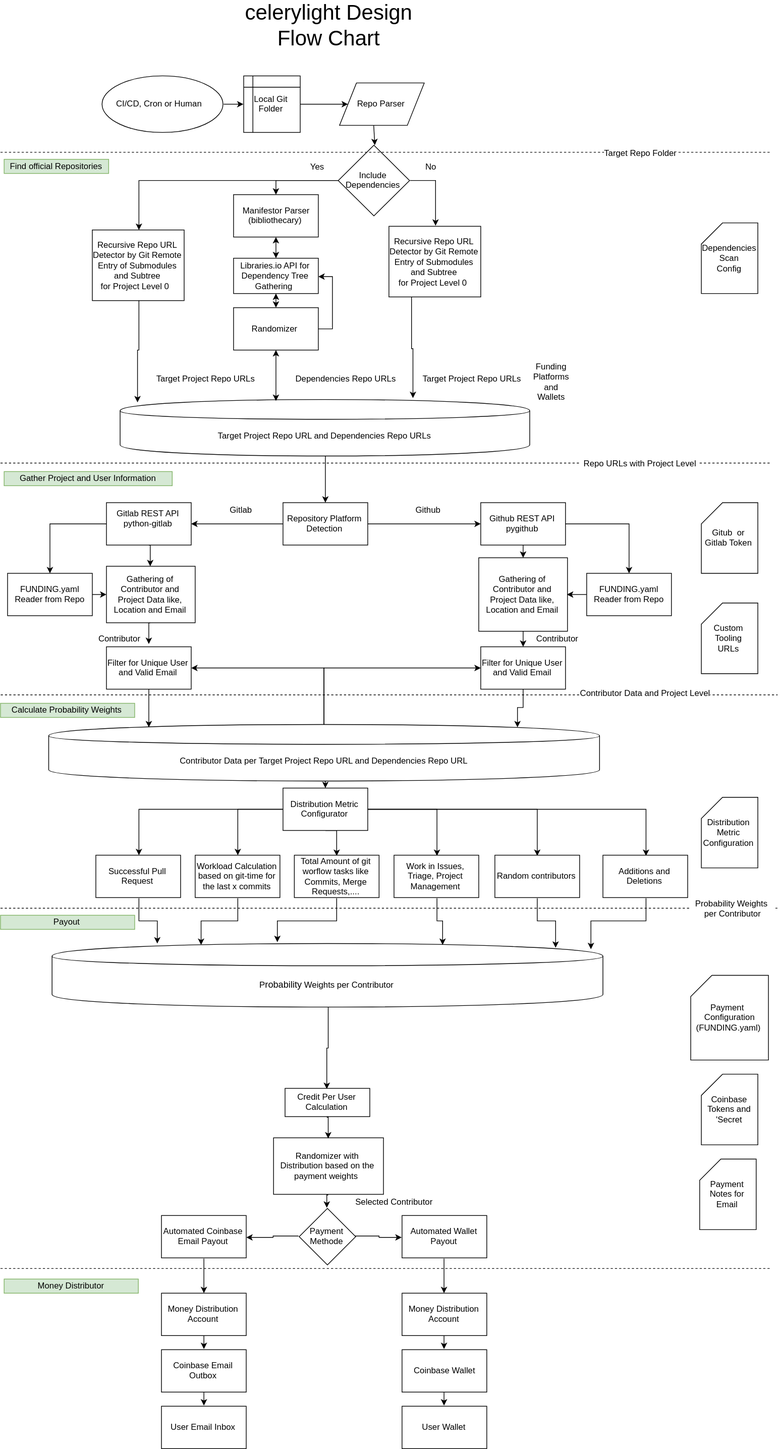
Before: docs/design/opencelery.svg, a diagram exported from draw.io (protontypes/LibreSelery). Source tidied: cells renumbered, new cells last; positions are measured from the earlier drawing's top-left corner, leaving out a move shared by most shapes.
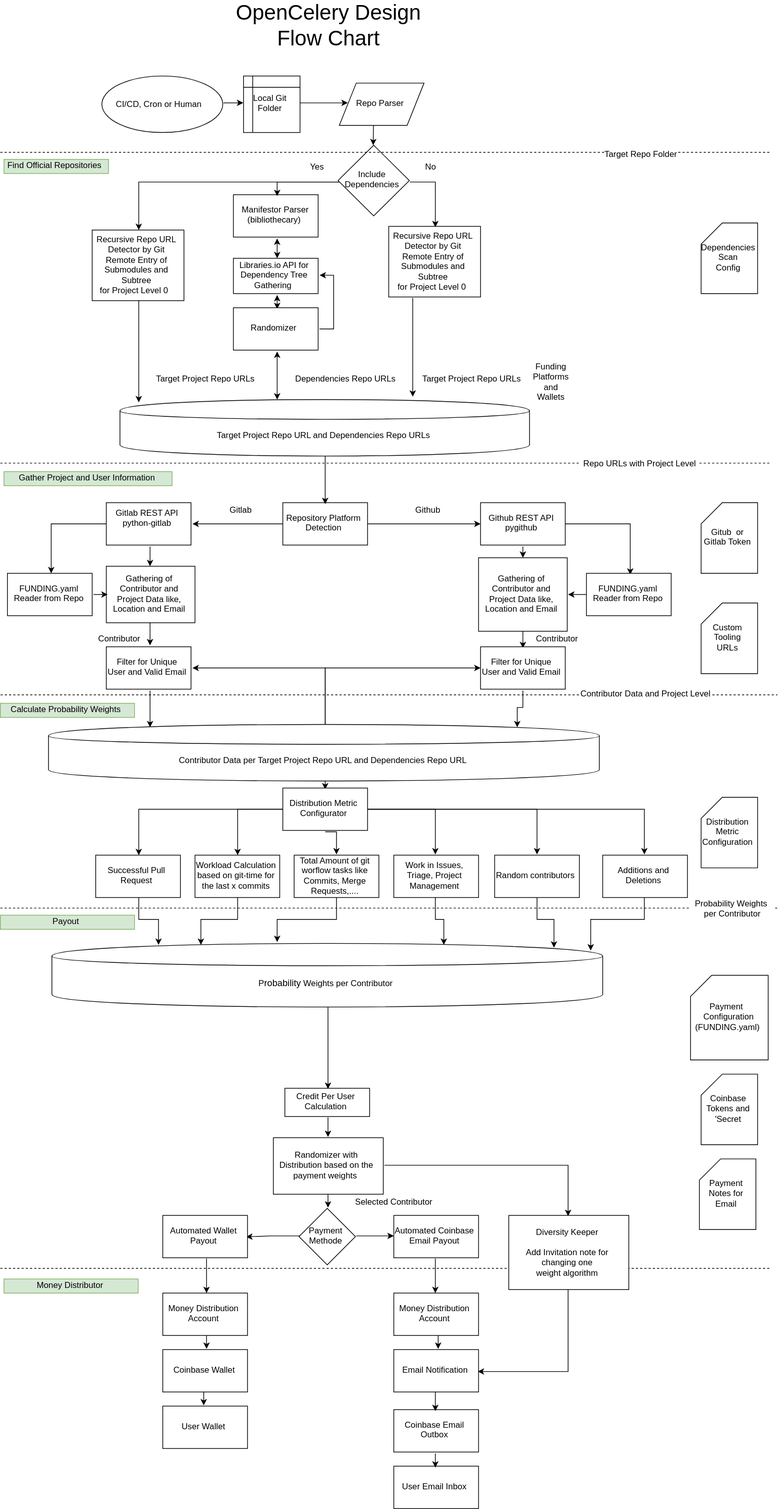
After the change.

Commit message:
changed name in design files

What changed in the source:
```diff
@@ -112,7 +112,7 @@
     <mxCell id="37" value="Payment&amp;nbsp;&lt;br&gt;&amp;nbsp;Configuration&lt;br&gt;(FUNDING.yaml)" style="shape=card;whiteSpace=wrap;html=1;" parent="1" vertex="1">
       <mxGeometry x="977.3" y="1365" width="110" height="119.9" as="geometry" />
     </mxCell>
-    <mxCell id="38" value="&lt;font style=&quot;font-size: 30px&quot;&gt;Protonlight Design&lt;br&gt;Flow Chart&lt;/font&gt;" style="text;html=1;strokeColor=none;fillColor=none;align=center;verticalAlign=middle;whiteSpace=wrap;rounded=0;direction=south;" parent="1" vertex="1">
+    <mxCell id="38" value="&lt;font style=&quot;font-size: 30px&quot;&gt;OpenCelery Design&lt;br&gt;Flow Chart&lt;/font&gt;" style="text;html=1;strokeColor=none;fillColor=none;align=center;verticalAlign=middle;whiteSpace=wrap;rounded=0;direction=south;" parent="1" vertex="1">
       <mxGeometry x="120" width="690" height="40" as="geometry" />
     </mxCell>
     <mxCell id="39" value="Payment Notes for Email" style="shape=card;whiteSpace=wrap;html=1;" parent="1" vertex="1">
@@ -121,24 +121,12 @@
     <mxCell id="40" style="edgeStyle=orthogonalEdgeStyle;rounded=0;jettySize=auto;html=1;exitX=0.5;exitY=1;exitDx=0;exitDy=0;entryX=0.5;entryY=0;entryDx=0;entryDy=0;" parent="1" edge="1" source="41" target="82">
       <mxGeometry relative="1" as="geometry" />
     </mxCell>
+    <mxCell id="128" style="edgeStyle=orthogonalEdgeStyle;rounded=0;jettySize=auto;html=1;exitX=1;exitY=0.5;exitDx=0;exitDy=0;entryX=0.5;entryY=0;entryDx=0;entryDy=0;" parent="1" edge="1" source="41" target="131">
+      <mxGeometry relative="1" as="geometry" />
+    </mxCell>
     <mxCell id="41" value="Randomizer with Distribution based on the payment weights&amp;nbsp;" style="rounded=0;whiteSpace=wrap;html=1;" parent="1" vertex="1">
       <mxGeometry x="386.6" y="1595" width="155.6" height="80" as="geometry" />
     </mxCell>
-    <mxCell id="42" value="User Email Inbox" style="rounded=0;whiteSpace=wrap;html=1;" parent="1" vertex="1">
-      <mxGeometry x="227.9" y="1975" width="120" height="60" as="geometry" />
-    </mxCell>
-    <mxCell id="43" style="edgeStyle=orthogonalEdgeStyle;rounded=0;jettySize=auto;html=1;exitX=0.5;exitY=1;exitDx=0;exitDy=0;entryX=0.5;entryY=0;entryDx=0;entryDy=0;" parent="1" edge="1" source="44" target="42">
-      <mxGeometry relative="1" as="geometry" />
-    </mxCell>
-    <mxCell id="44" value="Coinbase Email Outbox" style="rounded=0;whiteSpace=wrap;html=1;" parent="1" vertex="1">
-      <mxGeometry x="227.9" y="1895" width="120" height="60" as="geometry" />
-    </mxCell>
-    <mxCell id="45" style="edgeStyle=orthogonalEdgeStyle;rounded=0;jettySize=auto;html=1;exitX=0.5;exitY=1;exitDx=0;exitDy=0;entryX=0.5;entryY=0;entryDx=0;entryDy=0;" parent="1" edge="1" source="46" target="44">
-      <mxGeometry relative="1" as="geometry" />
-    </mxCell>
-    <mxCell id="46" value="Money Distribution Account" style="rounded=0;whiteSpace=wrap;html=1;" parent="1" vertex="1">
-      <mxGeometry x="227.9" y="1815" width="120" height="60" as="geometry" />
-    </mxCell>
     <mxCell id="47" style="edgeStyle=orthogonalEdgeStyle;rounded=0;jettySize=auto;html=1;exitX=1;exitY=0.5;exitDx=0;exitDy=0;entryX=0;entryY=0.5;entryDx=0;entryDy=0;" parent="1" edge="1" source="48" target="50">
       <mxGeometry relative="1" as="geometry" />
     </mxCell>
@@ -241,41 +229,36 @@
     <mxCell id="79" value="&lt;span style=&quot;text-align: left ; white-space: nowrap&quot;&gt;Coinbase &lt;br&gt;Tokens and &lt;br&gt;'Secret&lt;/span&gt;" style="shape=card;whiteSpace=wrap;html=1;" parent="1" vertex="1">
       <mxGeometry x="992.3" y="1505" width="80" height="100" as="geometry" />
     </mxCell>
-    <mxCell id="80" style="edgeStyle=orthogonalEdgeStyle;rounded=0;jettySize=auto;html=1;exitX=0;exitY=0.5;exitDx=0;exitDy=0;entryX=1;entryY=0.5;entryDx=0;entryDy=0;" parent="1" edge="1" source="82" target="84">
-      <mxGeometry relative="1" as="geometry" />
+    <mxCell id="80" style="edgeStyle=orthogonalEdgeStyle;rounded=0;jettySize=auto;html=1;exitX=0;exitY=0.5;exitDx=0;exitDy=0;entryX=1;entryY=0.5;entryDx=0;entryDy=0;" parent="1" edge="1" source="82">
+      <mxGeometry relative="1" as="geometry">
+        <mxPoint x="348" y="1735.3" as="targetPoint" />
+      </mxGeometry>
     </mxCell>
-    <mxCell id="81" style="edgeStyle=orthogonalEdgeStyle;rounded=0;jettySize=auto;html=1;exitX=1;exitY=0.5;exitDx=0;exitDy=0;entryX=0;entryY=0.5;entryDx=0;entryDy=0;" parent="1" edge="1" source="82" target="91">
-      <mxGeometry relative="1" as="geometry" />
-    </mxCell>
+    <mxCell id="129" style="edgeStyle=orthogonalEdgeStyle;rounded=0;jettySize=auto;html=1;exitX=1;exitY=0.5;exitDx=0;exitDy=0;" parent="1" edge="1" source="82" target="84">
+      <mxGeometry relative="1" as="geometry" />
+    </mxCell>
     <mxCell id="82" value="Payment Methode" style="rhombus;whiteSpace=wrap;html=1;" parent="1" vertex="1">
       <mxGeometry x="422.9" y="1695" width="80" height="80" as="geometry" />
     </mxCell>
-    <mxCell id="83" style="edgeStyle=orthogonalEdgeStyle;rounded=0;jettySize=auto;html=1;exitX=0.5;exitY=1;exitDx=0;exitDy=0;" parent="1" edge="1" source="84" target="46">
-      <mxGeometry relative="1" as="geometry" />
-    </mxCell>
-    <mxCell id="84" value="Automated Coinbase Email Payout" style="rounded=0;whiteSpace=wrap;html=1;" parent="1" vertex="1">
-      <mxGeometry x="227.9" y="1705" width="120" height="60" as="geometry" />
-    </mxCell>
-    <mxCell id="85" value="User Wallet" style="rounded=0;whiteSpace=wrap;html=1;" parent="1" vertex="1">
-      <mxGeometry x="568.5" y="1975" width="120" height="60" as="geometry" />
-    </mxCell>
-    <mxCell id="86" style="edgeStyle=orthogonalEdgeStyle;rounded=0;jettySize=auto;html=1;exitX=0.5;exitY=1;exitDx=0;exitDy=0;entryX=0.5;entryY=0;entryDx=0;entryDy=0;" parent="1" edge="1" source="87" target="85">
-      <mxGeometry relative="1" as="geometry" />
+    <mxCell id="86" style="edgeStyle=orthogonalEdgeStyle;rounded=0;jettySize=auto;html=1;exitX=0.5;exitY=1;exitDx=0;exitDy=0;entryX=0.5;entryY=0;entryDx=0;entryDy=0;" parent="1" edge="1" source="87">
+      <mxGeometry relative="1" as="geometry">
+        <mxPoint x="289.5" y="1975.3" as="targetPoint" />
+      </mxGeometry>
     </mxCell>
     <mxCell id="87" value="Coinbase Wallet" style="rounded=0;whiteSpace=wrap;html=1;" parent="1" vertex="1">
-      <mxGeometry x="568.5" y="1895" width="120" height="60" as="geometry" />
+      <mxGeometry x="230" y="1895" width="120" height="60" as="geometry" />
     </mxCell>
     <mxCell id="88" style="edgeStyle=orthogonalEdgeStyle;rounded=0;jettySize=auto;html=1;exitX=0.5;exitY=1;exitDx=0;exitDy=0;entryX=0.5;entryY=0;entryDx=0;entryDy=0;" parent="1" edge="1" source="89" target="87">
       <mxGeometry relative="1" as="geometry" />
     </mxCell>
     <mxCell id="89" value="Money Distribution Account" style="rounded=0;whiteSpace=wrap;html=1;" parent="1" vertex="1">
-      <mxGeometry x="568.5" y="1815" width="120" height="60" as="geometry" />
+      <mxGeometry x="230" y="1815" width="120" height="60" as="geometry" />
     </mxCell>
     <mxCell id="90" style="edgeStyle=orthogonalEdgeStyle;rounded=0;jettySize=auto;html=1;exitX=0.5;exitY=1;exitDx=0;exitDy=0;" parent="1" edge="1" source="91" target="89">
       <mxGeometry relative="1" as="geometry" />
     </mxCell>
     <mxCell id="91" value="Automated Wallet Payout" style="rounded=0;whiteSpace=wrap;html=1;" parent="1" vertex="1">
-      <mxGeometry x="568.5" y="1705" width="120" height="60" as="geometry" />
+      <mxGeometry x="230" y="1705" width="120" height="60" as="geometry" />
     </mxCell>
     <mxCell id="92" value="Funding Platforms and Wallets" style="text;html=1;strokeColor=none;fillColor=none;align=center;verticalAlign=middle;whiteSpace=wrap;rounded=0;" parent="1" vertex="1">
       <mxGeometry x="760" y="514.2" width="40" height="20" as="geometry" />
@@ -361,7 +344,7 @@
         <mxPoint x="13" y="-2" as="offset" />
       </mxGeometry>
     </mxCell>
-    <mxCell id="116" value="Find official Repositories" style="text;html=1;strokeColor=#82b366;fillColor=#d5e8d4;align=center;verticalAlign=middle;whiteSpace=wrap;rounded=0;" parent="1" vertex="1">
+    <mxCell id="116" value="Find Official Repositories" style="text;html=1;strokeColor=#82b366;fillColor=#d5e8d4;align=center;verticalAlign=middle;whiteSpace=wrap;rounded=0;" parent="1" vertex="1">
       <mxGeometry x="5.1" y="210" width="148" height="20" as="geometry" />
     </mxCell>
     <mxCell id="117" value="Gather Project and User Information" style="text;html=1;strokeColor=#82b366;fillColor=#d5e8d4;align=center;verticalAlign=middle;whiteSpace=wrap;rounded=0;" parent="1" vertex="1">
@@ -404,5 +387,43 @@
     <mxCell id="127" value="Additions and Deletions" style="rounded=0;whiteSpace=wrap;html=1;" parent="1" vertex="1">
       <mxGeometry x="853" y="1195" width="120" height="60" as="geometry" />
     </mxCell>
+    <mxCell id="130" style="edgeStyle=orthogonalEdgeStyle;rounded=0;jettySize=auto;html=1;exitX=0.5;exitY=1;exitDx=0;exitDy=0;entryX=1;entryY=0.5;entryDx=0;entryDy=0;" parent="1" edge="1" source="131" target="134">
+      <mxGeometry relative="1" as="geometry" />
+    </mxCell>
+    <mxCell id="131" value="Diversity Keeper&lt;br&gt;&lt;br&gt;Add Invitation note&amp;nbsp;for changing one &lt;br&gt;weight algorithm" style="rounded=0;whiteSpace=wrap;html=1;" parent="1" vertex="1">
+      <mxGeometry x="720" y="1705" width="170" height="105" as="geometry" />
+    </mxCell>
+    <mxCell id="85" value="User Wallet" style="rounded=0;whiteSpace=wrap;html=1;" parent="1" vertex="1">
+      <mxGeometry x="230" y="1975" width="120" height="60" as="geometry" />
+    </mxCell>
+    <mxCell id="132" style="edgeStyle=orthogonalEdgeStyle;rounded=0;jettySize=auto;html=1;exitX=0.5;exitY=1;exitDx=0;exitDy=0;entryX=0.5;entryY=0;entryDx=0;entryDy=0;" parent="1" edge="1" source="46">
+      <mxGeometry relative="1" as="geometry">
+        <mxPoint x="618" y="1895.3" as="targetPoint" />
+      </mxGeometry>
+    </mxCell>
+    <mxCell id="46" value="Money Distribution Account" style="rounded=0;whiteSpace=wrap;html=1;" parent="1" vertex="1">
+      <mxGeometry x="557.2" y="1815" width="120" height="60" as="geometry" />
+    </mxCell>
+    <mxCell id="83" style="edgeStyle=orthogonalEdgeStyle;rounded=0;jettySize=auto;html=1;exitX=0.5;exitY=1;exitDx=0;exitDy=0;" parent="1" edge="1" source="84" target="46">
+      <mxGeometry relative="1" as="geometry" />
+    </mxCell>
+    <mxCell id="84" value="Automated Coinbase Email Payout" style="rounded=0;whiteSpace=wrap;html=1;" parent="1" vertex="1">
+      <mxGeometry x="557.2" y="1705" width="120" height="60" as="geometry" />
+    </mxCell>
+    <mxCell id="42" value="User Email Inbox" style="rounded=0;whiteSpace=wrap;html=1;" parent="1" vertex="1">
+      <mxGeometry x="557.2" y="2060" width="120" height="60" as="geometry" />
+    </mxCell>
+    <mxCell id="43" style="edgeStyle=orthogonalEdgeStyle;rounded=0;jettySize=auto;html=1;exitX=0.5;exitY=1;exitDx=0;exitDy=0;entryX=0.5;entryY=0;entryDx=0;entryDy=0;" parent="1" edge="1" source="44" target="42">
+      <mxGeometry relative="1" as="geometry" />
+    </mxCell>
+    <mxCell id="44" value="Coinbase Email Outbox" style="rounded=0;whiteSpace=wrap;html=1;" parent="1" vertex="1">
+      <mxGeometry x="557.2" y="1980" width="120" height="60" as="geometry" />
+    </mxCell>
+    <mxCell id="133" style="edgeStyle=orthogonalEdgeStyle;rounded=0;jettySize=auto;html=1;exitX=0.5;exitY=1;exitDx=0;exitDy=0;entryX=0.5;entryY=0;entryDx=0;entryDy=0;" parent="1" edge="1" source="134" target="44">
+      <mxGeometry relative="1" as="geometry" />
+    </mxCell>
+    <mxCell id="134" value="Email Notification" style="rounded=0;whiteSpace=wrap;html=1;" parent="1" vertex="1">
+      <mxGeometry x="557.2" y="1895" width="120" height="60" as="geometry" />
+    </mxCell>
   </root>
 </mxGraphModel>
```
